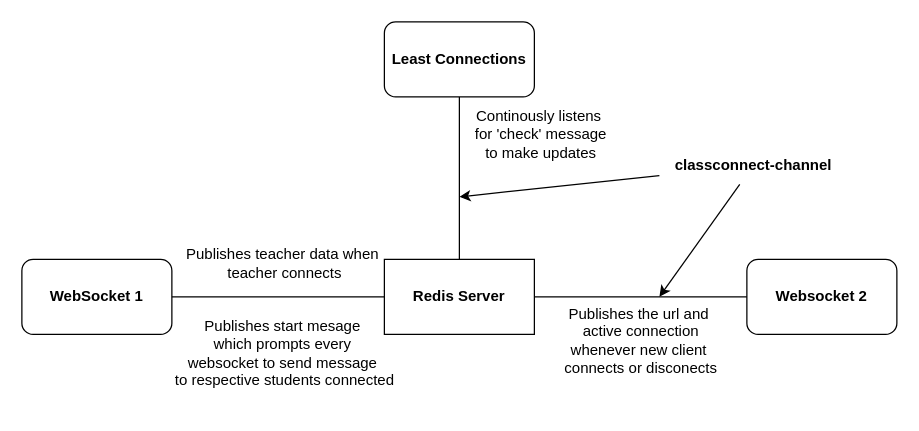
This is Documentation/Redis Connections.drawio from UrmilPawar/ClassConnect, a draw.io file, before an edit. Source tidied: cells renumbered, new cells numbered last; positions are measured from the earlier drawing's top-left corner, leaving out a move shared by most shapes. Both pictures are drawn from the tidied source at 125%, with x=0, y=0 at pixel (21, 21).
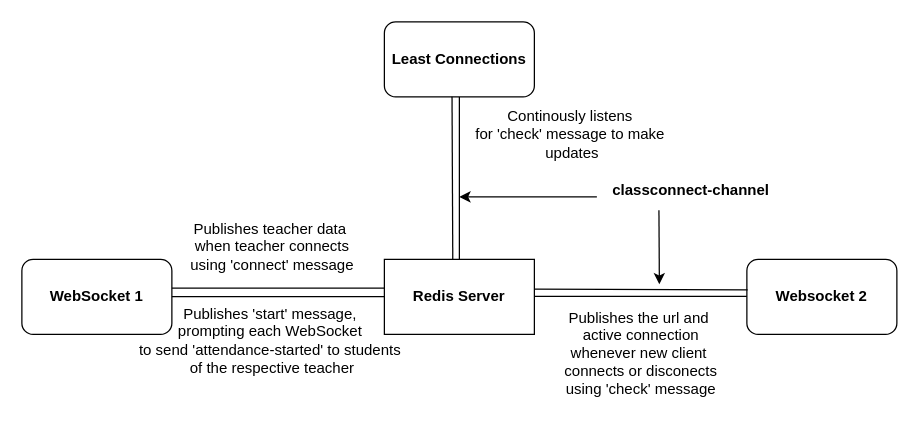
Above is the later version.

Commit message (it also covers changes not shown here):
updated ip of redis server

Unchanged cells that the change refers to:
```xml
<mxCell id="2" value="&lt;b&gt;WebSocket 1&lt;/b&gt;" style="rounded=1;whiteSpace=wrap;html=1;" parent="1" vertex="1">
  <mxGeometry y="190" width="120" height="60" as="geometry" />
</mxCell>
<mxCell id="3" value="&lt;b&gt;Websocket 2&lt;/b&gt;" style="rounded=1;whiteSpace=wrap;html=1;" parent="1" vertex="1">
  <mxGeometry x="580" y="190" width="120" height="60" as="geometry" />
</mxCell>
<mxCell id="4" value="&lt;b&gt;Least Connections&lt;/b&gt;" style="rounded=1;whiteSpace=wrap;html=1;" parent="1" vertex="1">
  <mxGeometry x="290" width="120" height="60" as="geometry" />
</mxCell>
<mxCell id="5" value="&lt;b&gt;Redis Server&lt;/b&gt;" style="rounded=0;whiteSpace=wrap;html=1;" parent="1" vertex="1">
  <mxGeometry x="290" y="190" width="120" height="60" as="geometry" />
</mxCell>
```

Diff of the diagram source:
```diff
@@
-    <mxCell id="7" style="endArrow=none;html=1;rounded=0;exitX=0;exitY=0.5;exitDx=0;exitDy=0;entryX=1;entryY=0.5;entryDx=0;entryDy=0;" parent="1" edge="1" source="5" target="2">
-      <mxGeometry relative="1" as="geometry" />
+    <mxCell id="7" style="endArrow=none;html=1;rounded=0;exitX=0;exitY=0.5;exitDx=0;exitDy=0;entryX=1;entryY=0.5;entryDx=0;entryDy=0;" parent="1" edge="1">
+      <mxGeometry relative="1" as="geometry">
+        <mxPoint x="290" y="213" as="sourcePoint" />
+        <mxPoint x="120" y="213" as="targetPoint" />
+      </mxGeometry>
     </mxCell>
-    <mxCell id="8" style="endArrow=none;html=1;rounded=0;entryX=0;entryY=0.5;entryDx=0;entryDy=0;exitX=1;exitY=0.5;exitDx=0;exitDy=0;" parent="1" edge="1" source="5" target="3">
-      <mxGeometry relative="1" as="geometry" />
+    <mxCell id="8" style="endArrow=none;html=1;rounded=0;entryX=0;entryY=0.5;entryDx=0;entryDy=0;exitX=1;exitY=0.5;exitDx=0;exitDy=0;" parent="1" edge="1">
+      <mxGeometry relative="1" as="geometry">
+        <mxPoint x="410" y="219.6" as="sourcePoint" />
+        <mxPoint x="580" y="219.6" as="targetPoint" />
+      </mxGeometry>
     </mxCell>
-    <mxCell id="9" style="edgeStyle=none;rounded=0;jettySize=auto;html=1;" parent="1" edge="1" source="11">
+    <mxCell id="9" style="edgeStyle=none;rounded=0;orthogonalLoop=1;jettySize=auto;html=1;" parent="1" edge="1">
       <mxGeometry relative="1" as="geometry">
+        <mxPoint x="460" y="140" as="sourcePoint" />
         <mxPoint x="350" y="140" as="targetPoint" />
       </mxGeometry>
     </mxCell>
-    <mxCell id="10" style="edgeStyle=none;rounded=0;jettySize=auto;html=1;" parent="1" edge="1" source="11">
+    <mxCell id="10" style="edgeStyle=none;rounded=0;jettySize=auto;html=1;exitX=0.331;exitY=1.023;exitDx=0;exitDy=0;exitPerimeter=0;" parent="1" edge="1" source="11">
       <mxGeometry relative="1" as="geometry">
-        <mxPoint x="510" y="220" as="targetPoint" />
+        <mxPoint x="510" y="210" as="targetPoint" />
       </mxGeometry>
     </mxCell>
     <mxCell id="11" value="&lt;b&gt;classconnect-channel&lt;/b&gt;" style="text;html=1;align=center;verticalAlign=middle;points=[];strokeColor=none;fillColor=none;" parent="1" vertex="1">
-      <mxGeometry x="510" y="100" width="150" height="30" as="geometry" />
+      <mxGeometry x="460" y="120" width="150" height="30" as="geometry" />
     </mxCell>
-    <mxCell id="12" value="Publishes teacher data when&amp;nbsp;&lt;div&gt;teacher connects&lt;/div&gt;" style="text;html=1;align=center;verticalAlign=middle;strokeColor=none;fillColor=none;" parent="1" vertex="1">
-      <mxGeometry x="120" y="173" width="180" height="40" as="geometry" />
+    <mxCell id="12" value="Publishes teacher data&amp;nbsp;&lt;div&gt;when&amp;nbsp;&lt;span style=&quot;background-color: initial;&quot;&gt;teacher connects&lt;/span&gt;&lt;/div&gt;&lt;div&gt;&lt;span style=&quot;background-color: initial;&quot;&gt;using 'connect' message&lt;/span&gt;&lt;/div&gt;" style="text;html=1;align=center;verticalAlign=middle;strokeColor=none;fillColor=none;" parent="1" vertex="1">
+      <mxGeometry x="125" y="150" width="150" height="60" as="geometry" />
     </mxCell>
-    <mxCell id="13" value="Publishes start mesage&amp;nbsp;&lt;div&gt;which prompts every&amp;nbsp;&lt;/div&gt;&lt;div&gt;websocket&amp;nbsp;&lt;span style=&quot;background-color: initial;&quot;&gt;to send message&amp;nbsp;&lt;/span&gt;&lt;/div&gt;&lt;div&gt;to respective students connected&lt;/div&gt;" style="text;html=1;align=center;verticalAlign=middle;strokeColor=none;fillColor=none;" parent="1" vertex="1">
-      <mxGeometry x="110" y="230" width="200" height="70" as="geometry" />
+    <mxCell id="13" value="Publishes 'start' message,&amp;nbsp;&lt;div&gt;prompting&amp;nbsp;&lt;span style=&quot;background-color: initial;&quot;&gt;each WebSocket&amp;nbsp;&lt;/span&gt;&lt;/div&gt;&lt;div&gt;&lt;span style=&quot;background-color: initial;&quot;&gt;to send&amp;nbsp;&lt;/span&gt;&lt;span style=&quot;background-color: initial;&quot;&gt;'attendance-started'&amp;nbsp;&lt;/span&gt;&lt;span style=&quot;background-color: initial;&quot;&gt;to students&amp;nbsp;&lt;/span&gt;&lt;/div&gt;&lt;div&gt;&lt;span style=&quot;background-color: initial;&quot;&gt;of the respective teacher&lt;/span&gt;&lt;/div&gt;" style="text;html=1;align=center;verticalAlign=middle;strokeColor=none;fillColor=none;" parent="1" vertex="1">
+      <mxGeometry x="80" y="220" width="240" height="70" as="geometry" />
     </mxCell>
-    <mxCell id="14" value="Continously listens&amp;nbsp;&lt;div&gt;for 'check' message&lt;div&gt;to make updates&lt;/div&gt;&lt;/div&gt;" style="text;html=1;align=center;verticalAlign=middle;strokeColor=none;fillColor=none;" parent="1" vertex="1">
-      <mxGeometry x="350" y="60" width="130" height="60" as="geometry" />
+    <mxCell id="14" value="Continously listens&amp;nbsp;&lt;div&gt;for 'check' message&amp;nbsp;&lt;span style=&quot;background-color: initial;&quot;&gt;to make&amp;nbsp;&lt;/span&gt;&lt;/div&gt;&lt;div&gt;&lt;span style=&quot;background-color: initial;&quot;&gt;updates&lt;/span&gt;&lt;/div&gt;" style="text;html=1;align=center;verticalAlign=middle;strokeColor=none;fillColor=none;" parent="1" vertex="1">
+      <mxGeometry x="350" y="60" width="180" height="60" as="geometry" />
     </mxCell>
-    <mxCell id="15" value="Publishes the url and&amp;nbsp;&lt;div&gt;active connection&lt;div&gt;whenever new client&amp;nbsp;&lt;/div&gt;&lt;div&gt;connects or disconects&lt;/div&gt;&lt;/div&gt;" style="text;html=1;align=center;verticalAlign=middle;strokeColor=none;fillColor=none;" parent="1" vertex="1">
-      <mxGeometry x="420" y="220" width="150" height="70" as="geometry" />
+    <mxCell id="15" value="Publishes the url and&amp;nbsp;&lt;div&gt;active connection&lt;div&gt;whenever new client&amp;nbsp;&lt;/div&gt;&lt;div&gt;connects or disconects&lt;/div&gt;&lt;/div&gt;&lt;div&gt;using 'check' message&lt;/div&gt;" style="text;html=1;align=center;verticalAlign=middle;strokeColor=none;fillColor=none;" parent="1" vertex="1">
+      <mxGeometry x="420" y="220" width="150" height="90" as="geometry" />
     </mxCell>
+    <mxCell id="16" style="endArrow=none;html=1;rounded=0;entryX=0.451;entryY=0.997;entryDx=0;entryDy=0;entryPerimeter=0;exitX=0.456;exitY=0;exitDx=0;exitDy=0;exitPerimeter=0;" parent="1" edge="1" source="5" target="4">
+      <mxGeometry relative="1" as="geometry" />
+    </mxCell>
+    <mxCell id="17" style="endArrow=none;html=1;rounded=0;entryX=0.005;entryY=0.405;entryDx=0;entryDy=0;exitX=0.999;exitY=0.395;exitDx=0;exitDy=0;exitPerimeter=0;entryPerimeter=0;" parent="1" edge="1" source="5" target="3">
+      <mxGeometry relative="1" as="geometry" />
+    </mxCell>
+    <mxCell id="18" style="endArrow=none;html=1;rounded=0;exitX=0;exitY=0.5;exitDx=0;exitDy=0;entryX=1;entryY=0.5;entryDx=0;entryDy=0;" parent="1" edge="1">
+      <mxGeometry relative="1" as="geometry">
+        <mxPoint x="290" y="219.8" as="sourcePoint" />
+        <mxPoint x="120" y="219.8" as="targetPoint" />
+      </mxGeometry>
+    </mxCell>
```
